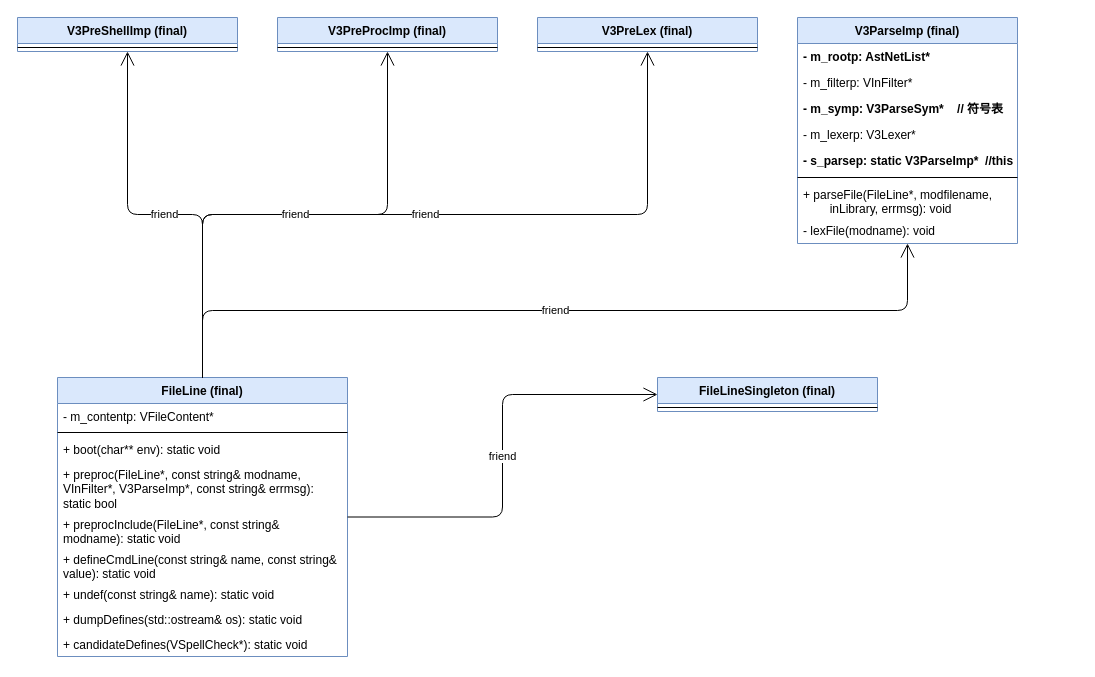
Dercury/CLDK keeps this draw.io diagram as verilator_digrams/V3FileLine.drawio. Above is the earlier version. Source tidied: cells renumbered, new cells numbered last; positions are measured from the earlier drawing's top-left corner, leaving out a move shared by most shapes. Both pictures are drawn from the tidied source at 100%, with x=0, y=0 at pixel (17, 17).
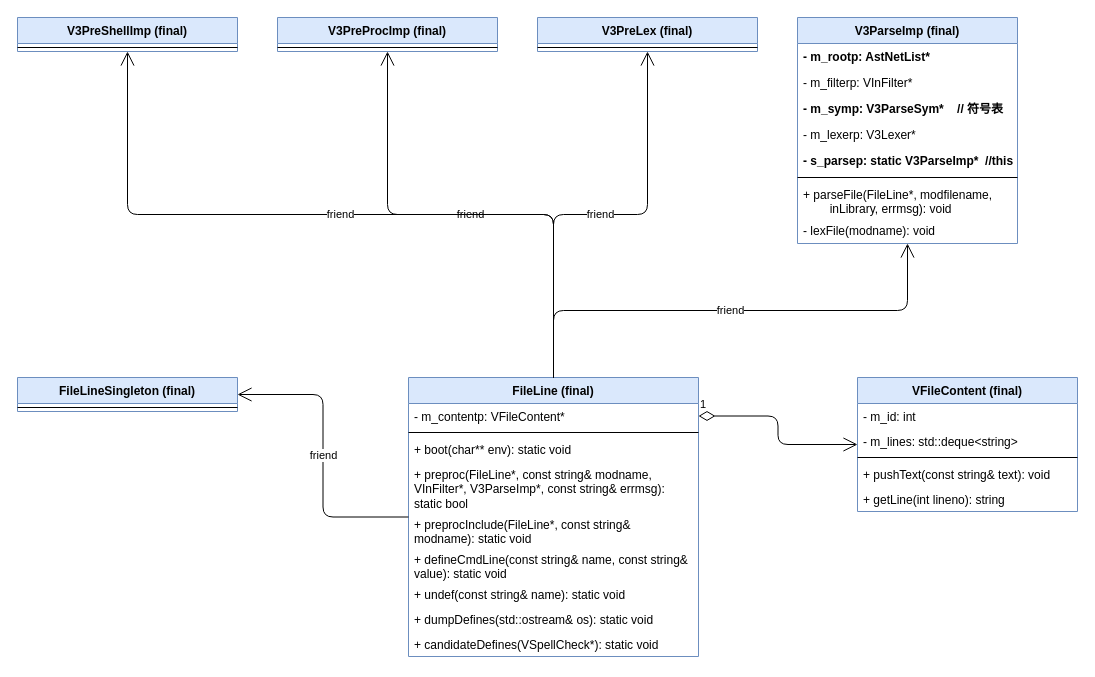
After the change.

Unchanged cells that the change refers to:
```xml
<mxCell id="3" value="- m_contentp: VFileContent*" style="text;strokeColor=none;fillColor=none;align=left;verticalAlign=top;spacingLeft=4;spacingRight=4;overflow=hidden;points=[[0,0.5],[1,0.5]];portConstraint=eastwest;" parent="2" vertex="1">
  <mxGeometry y="26" width="290" height="25" as="geometry" />
</mxCell>
```

Diff of the diagram source:
```diff
@@
     <mxCell id="2" value="FileLine (final)" style="swimlane;fontStyle=1;align=center;verticalAlign=top;horizontal=1;startSize=26;fillColor=#dae8fc;strokeColor=#6c8ebf;" parent="1" vertex="1">
-      <mxGeometry x="40" y="360" width="290" height="279" as="geometry" />
+      <mxGeometry x="391" y="360" width="290" height="279" as="geometry" />
     </mxCell>
@@
     <mxCell id="28" value="FileLineSingleton (final)" style="swimlane;fontStyle=1;align=center;verticalAlign=top;horizontal=1;startSize=26;fillColor=#dae8fc;strokeColor=#6c8ebf;" parent="1" vertex="1">
-      <mxGeometry x="640" y="360" width="220" height="34" as="geometry" />
+      <mxGeometry y="360" width="220" height="34" as="geometry" />
     </mxCell>
@@
+    <mxCell id="34" value="VFileContent (final)" style="swimlane;fontStyle=1;align=center;verticalAlign=top;horizontal=1;startSize=26;fillColor=#dae8fc;strokeColor=#6c8ebf;" parent="1" vertex="1">
+      <mxGeometry x="840" y="360" width="220" height="134" as="geometry" />
+    </mxCell>
+    <mxCell id="35" value="- m_id: int" style="text;strokeColor=none;fillColor=none;align=left;verticalAlign=top;spacingLeft=4;spacingRight=4;overflow=hidden;" parent="34" vertex="1">
+      <mxGeometry y="26" width="220" height="25" as="geometry" />
+    </mxCell>
+    <mxCell id="36" value="- m_lines: std::deque&lt;string&gt;" style="text;strokeColor=none;fillColor=none;align=left;verticalAlign=top;spacingLeft=4;spacingRight=4;overflow=hidden;" parent="34" vertex="1">
+      <mxGeometry y="51" width="220" height="25" as="geometry" />
+    </mxCell>
+    <mxCell id="37" style="line;strokeWidth=1;fillColor=none;align=left;verticalAlign=middle;spacingTop=-1;spacingLeft=3;spacingRight=3;labelPosition=right;" parent="34" vertex="1">
+      <mxGeometry y="76" width="220" height="8" as="geometry" />
+    </mxCell>
+    <mxCell id="38" value="+ pushText(const string&amp; text): void" style="text;strokeColor=none;fillColor=none;align=left;verticalAlign=top;spacingLeft=4;spacingRight=4;overflow=hidden;" parent="34" vertex="1">
+      <mxGeometry y="84" width="220" height="25" as="geometry" />
+    </mxCell>
+    <mxCell id="39" value="+ getLine(int lineno): string" style="text;strokeColor=none;fillColor=none;align=left;verticalAlign=top;spacingLeft=4;spacingRight=4;overflow=hidden;" parent="34" vertex="1">
+      <mxGeometry y="109" width="220" height="25" as="geometry" />
+    </mxCell>
+    <mxCell id="40" value="1" style="endArrow=open;html=1;endSize=12;startArrow=diamondThin;startSize=14;startFill=0;edgeStyle=orthogonalEdgeStyle;align=left;verticalAlign=bottom;" parent="1" edge="1" source="3" target="34">
+      <mxGeometry x="-1" y="3" relative="1" as="geometry" />
+    </mxCell>
```
